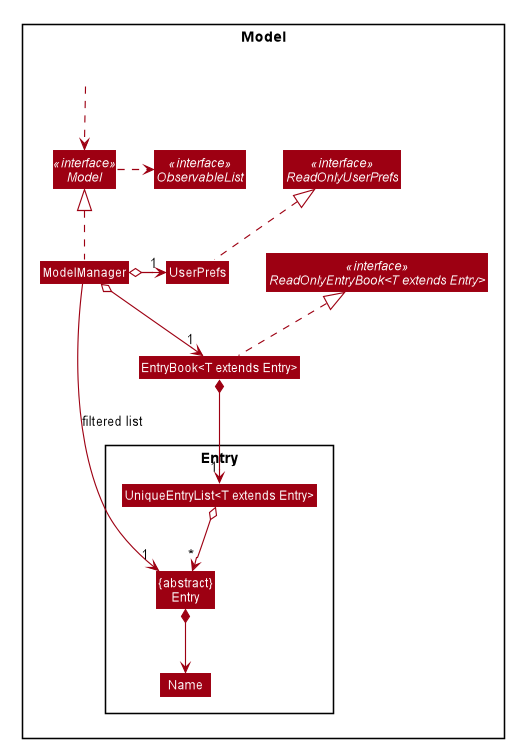
Earlier version of the PlantUML export docs/images/ModelClassDiagram.png (nus-cs2103-AY2021S1/tp).
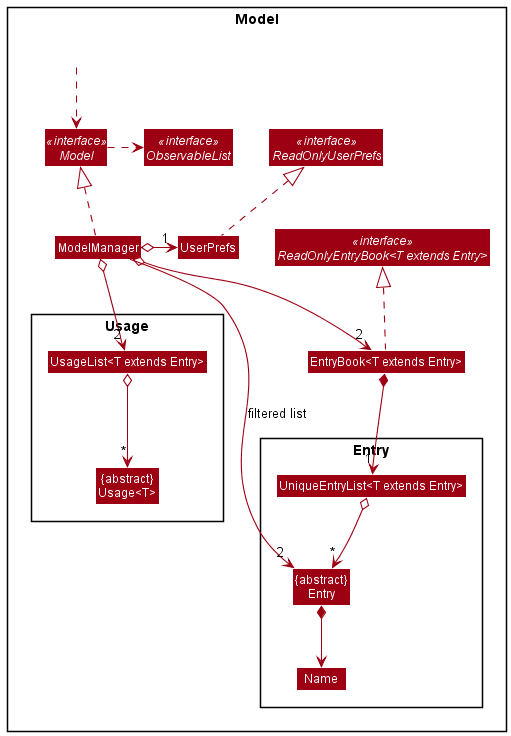
The same diagram one commit later.

Commit message:
Update Model uml

What changed in the source:
```diff
@@ -1,57 +1,8 @@
 @startuml
-
-
-
-
-
-
-
-
-skinparam BackgroundColor #FFFFFFF
-
-skinparam Shadowing false
-
-skinparam Class {
-    FontColor #FFFFFF
-    BorderThickness 1
-    BorderColor #FFFFFF
-    StereotypeFontColor #FFFFFF
-    FontName Arial
-}
-
-skinparam genericDisplay old
-
-skinparam Actor {
-    BorderColor #000000
-    Color #000000
-    FontName Arial
-}
-
-skinparam Sequence {
-    MessageAlign center
-    BoxFontSize 15
-    BoxPadding 0
-    BoxFontColor #FFFFFF
-    FontName Arial
-}
-
-skinparam Participant {
-    FontColor #FFFFFFF
-    Padding 20
-}
-
-skinparam MinClassWidth 50
-skinparam ParticipantPadding 10
-skinparam Shadowing false
-skinparam DefaultTextAlignment center
-skinparam packageStyle Rectangle
-
-hide footbox
-hide members
-hide circle
+!include style.puml
 skinparam arrowThickness 1.1
-skinparam arrowColor #9D0012
-skinparam classBackgroundColor #9D0012
+skinparam arrowColor MODEL_COLOR
+skinparam classBackgroundColor MODEL_COLOR
 
 Package Model <<Rectangle>>{
 Interface ReadOnlyEntryBook<T extends Entry> <<interface>>
@@ -61,6 +12,13 @@
 Class EntryBook<T extends Entry>
 Class ModelManager
 Class UserPrefs
+
+
+Package Usage {
+Class UsageList<T extends Entry>
+Class "{abstract}\nUsage<T>" as Usage
+}
+
 
 Package Entry {
 Class "{abstract}\nEntry" as Entry
@@ -75,13 +33,16 @@
 
 ModelManager .up.|> Model
 Model .right.> ObservableList
-ModelManager o--> "1" EntryBook
-ModelManager o-left-> "1" UserPrefs
+ModelManager o--> "2" EntryBook
+ModelManager o-right-> "1" UserPrefs
 UserPrefs .up.|> ReadOnlyUserPrefs
 
 EntryBook *--> "1" UniqueEntryList
 UniqueEntryList o--> "*" Entry
 Entry *--> Name
 
-ModelManager -->"1" Entry : filtered list
+ModelManager -->"2" Entry : filtered list
+
+ModelManager o-down-> "2" UsageList
+UsageList o--> "*" Usage
 @enduml
```
